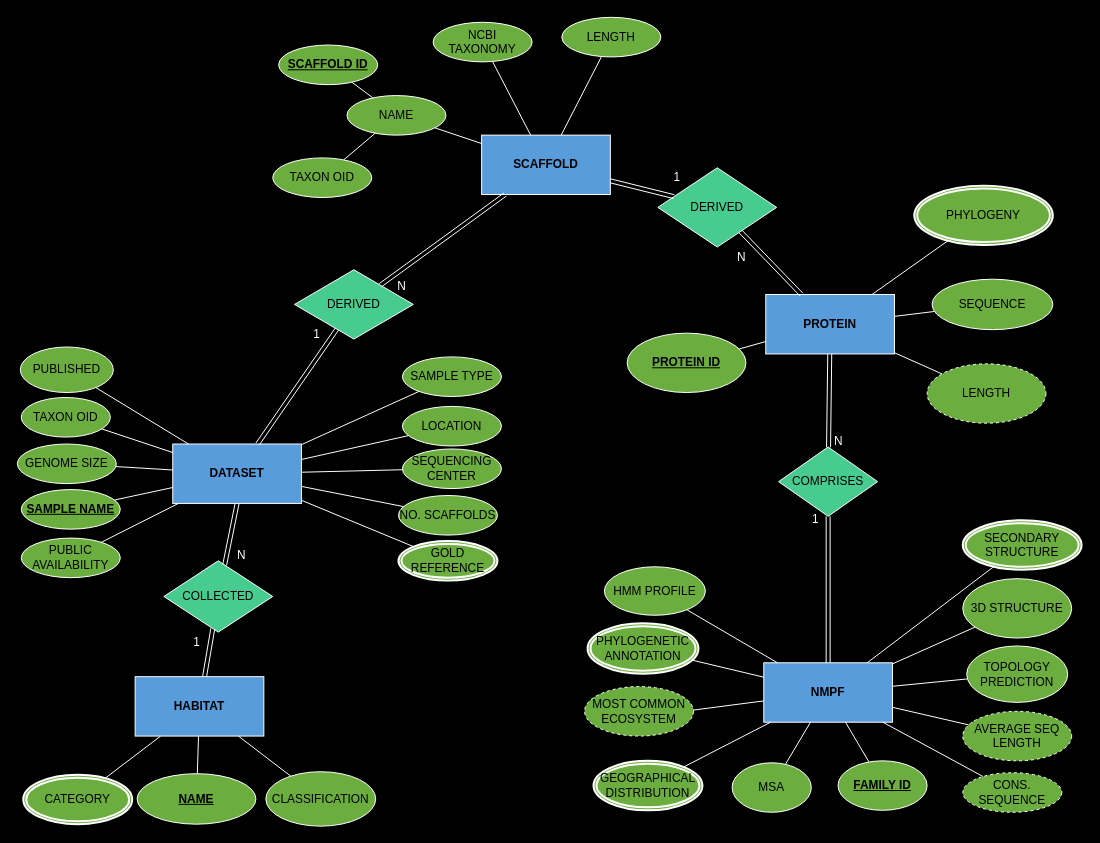
This is Ανώνυμο διάγραμμα.drawio from IceGreb/db_project, a draw.io file, before an edit. Source tidied: cells renumbered, new cells numbered last; positions are measured from the earlier drawing's top-left corner, leaving out a move shared by most shapes. Both pictures are drawn from the tidied source at 99%, with x=0, y=0 at pixel (17, 17).
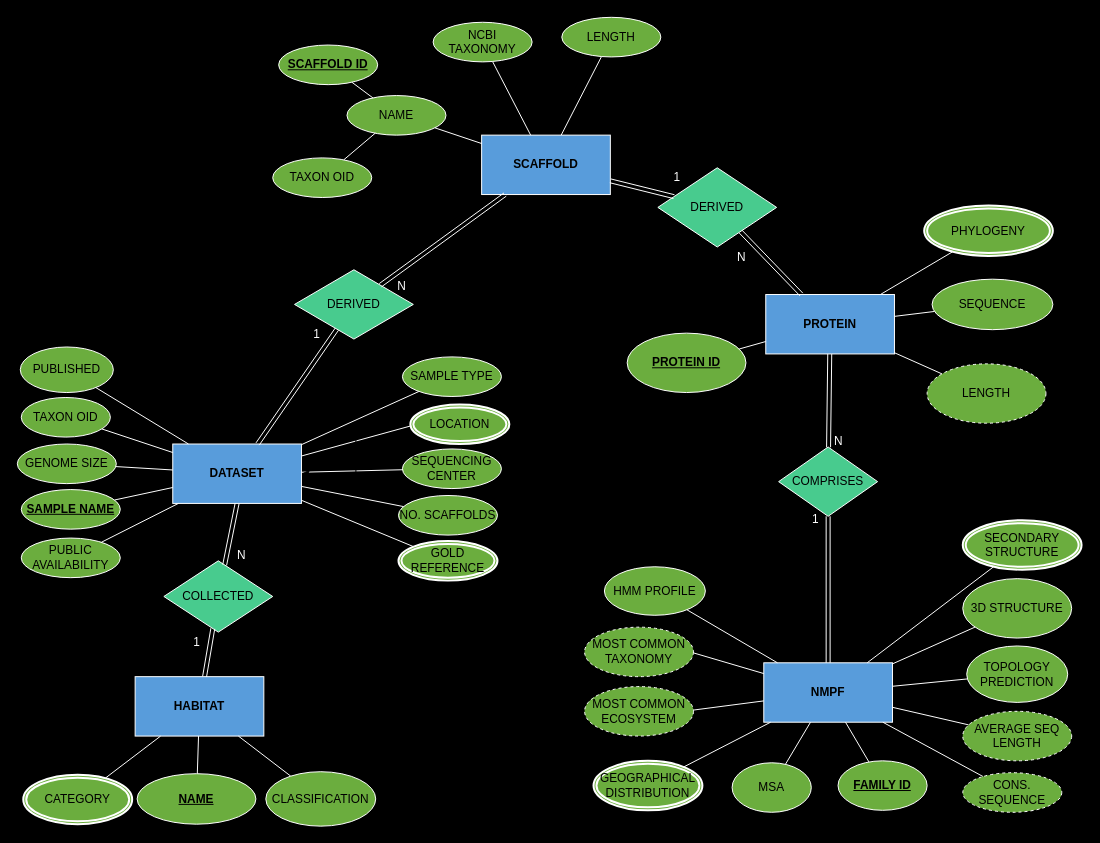
The same page after the edit.

Unchanged cells that the change refers to:
```xml
<mxCell id="2" value="NMPF" style="rounded=0;whiteSpace=wrap;html=1;labelBackgroundColor=none;fontFamily=Helvetica;strokeColor=#FFFFFF;fillColor=#589cdb;fontColor=#000000;fontStyle=1;" parent="1" vertex="1">
  <mxGeometry x="754" y="652" width="130" height="60" as="geometry" />
</mxCell>
<mxCell id="19" value="DATASET" style="rounded=0;whiteSpace=wrap;html=1;labelBackgroundColor=none;fontFamily=Helvetica;fillColor=#589cdb;strokeColor=#FFFFFF;fontColor=#000000;fontStyle=1;" parent="1" vertex="1">
  <mxGeometry x="157" y="431" width="130" height="60" as="geometry" />
</mxCell>
```

Change to the diagram source:
```diff
@@
-    <mxCell id="35" style="edgeStyle=none;shape=connector;rounded=0;jettySize=auto;html=1;labelBackgroundColor=default;strokeColor=#FFFFFF;align=center;verticalAlign=middle;fontFamily=Helvetica;fontSize=11;fontColor=default;endArrow=none;endFill=0;" parent="1" edge="1" source="36" target="19">
+    <mxCell id="35" style="edgeStyle=none;shape=connector;rounded=0;jettySize=auto;html=1;labelBackgroundColor=default;strokeColor=#FFFFFF;align=center;verticalAlign=middle;fontFamily=Helvetica;fontSize=11;fontColor=default;endArrow=none;endFill=0;exitX=0.03;exitY=0.525;exitDx=0;exitDy=0;exitPerimeter=0;" parent="1" edge="1" source="36" target="19">
       <mxGeometry relative="1" as="geometry" />
     </mxCell>
-    <mxCell id="36" value="LOCATION" style="ellipse;whiteSpace=wrap;html=1;align=center;labelBackgroundColor=none;fontFamily=Helvetica;fillColor=#6bad3e;strokeColor=#FFFFFF;fontColor=#000000;labelBorderColor=none;fontStyle=0;" parent="1" vertex="1">
-      <mxGeometry x="389" y="393" width="100" height="40" as="geometry" />
-    </mxCell>
@@
-    <mxCell id="65" style="edgeStyle=none;shape=connector;rounded=0;jettySize=auto;html=1;labelBackgroundColor=default;strokeColor=#FFFFFF;align=center;verticalAlign=middle;fontFamily=Helvetica;fontSize=11;fontColor=default;endArrow=none;endFill=0;" parent="1" edge="1" source="66" target="2">
+    <mxCell id="65" style="edgeStyle=none;shape=connector;rounded=0;jettySize=auto;html=1;labelBackgroundColor=default;strokeColor=#FFFFFF;align=center;verticalAlign=middle;fontFamily=Helvetica;fontSize=11;fontColor=default;endArrow=none;endFill=0;exitX=1;exitY=0.52;exitDx=0;exitDy=0;exitPerimeter=0;" parent="1" edge="1" source="94" target="2">
       <mxGeometry relative="1" as="geometry" />
     </mxCell>
-    <mxCell id="66" value="PHYLOGENETIC ANNOTATION" style="ellipse;shape=doubleEllipse;margin=3;whiteSpace=wrap;html=1;align=center;labelBackgroundColor=none;fontFamily=Helvetica;fillColor=#6bad3e;strokeColor=#FFFFFF;gradientColor=none;fontColor=#000000;labelBorderColor=none;fontStyle=0;strokeWidth=2;" parent="1" vertex="1">
-      <mxGeometry x="576" y="612" width="112" height="51" as="geometry" />
-    </mxCell>
@@
     <mxCell id="87" value="PHYLOGENY" style="ellipse;shape=doubleEllipse;margin=3;whiteSpace=wrap;html=1;align=center;labelBackgroundColor=none;fontFamily=Helvetica;fillColor=#6bad3e;strokeColor=#FFFFFF;fontColor=#000000;labelBorderColor=none;fontStyle=0;strokeWidth=2;" parent="1" vertex="1">
-      <mxGeometry x="906" y="170" width="140" height="60" as="geometry" />
+      <mxGeometry x="916" y="190" width="130" height="51" as="geometry" />
     </mxCell>
@@
+    <mxCell id="93" style="edgeStyle=orthogonalEdgeStyle;rounded=0;jettySize=auto;html=1;" parent="1" edge="1" source="36" target="19">
+      <mxGeometry relative="1" as="geometry" />
+    </mxCell>
+    <mxCell id="36" value="LOCATION" style="ellipse;shape=doubleEllipse;margin=3;whiteSpace=wrap;html=1;align=center;labelBackgroundColor=none;fontFamily=Helvetica;fillColor=#6bad3e;strokeColor=#FFFFFF;fontColor=#000000;labelBorderColor=none;fontStyle=0;strokeWidth=2;" parent="1" vertex="1">
+      <mxGeometry x="397" y="391" width="100" height="40" as="geometry" />
+    </mxCell>
+    <mxCell id="94" value="MOST COMMON TAXONOMY" style="ellipse;whiteSpace=wrap;html=1;align=center;dashed=1;labelBackgroundColor=none;fontFamily=Helvetica;fillColor=#6bad3e;gradientColor=none;strokeColor=#FFFFFF;fontColor=#000000;labelBorderColor=none;fontStyle=0;" parent="1" vertex="1">
+      <mxGeometry x="573" y="616" width="110" height="50" as="geometry" />
+    </mxCell>
```
